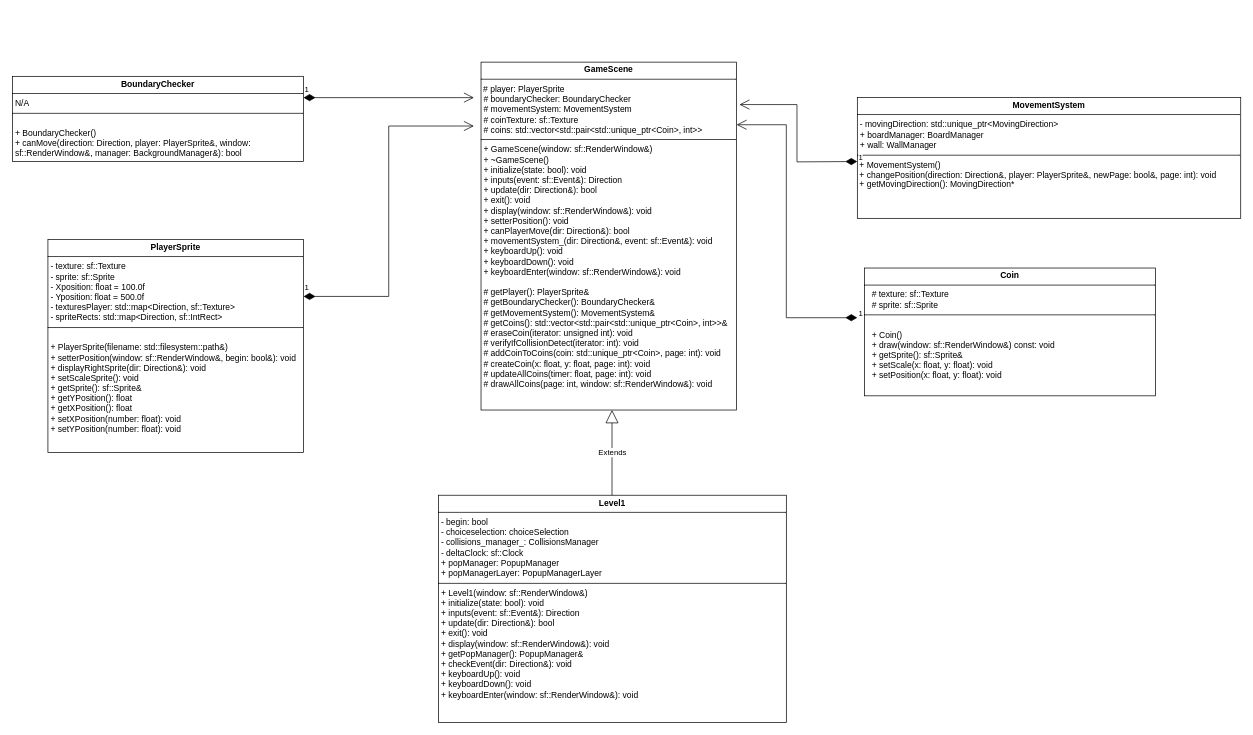
This is page "GameScene" (2 of 5) of Diagramme sans nom.drawio from Bird120/FlightToHFT, a draw.io file, before an edit. Source tidied: cells renumbered, new cells numbered last; positions are measured from the earlier drawing's top-left corner, leaving out a move shared by most shapes. Both pictures are drawn from the tidied source at 71%, with x=0, y=0 at pixel (12, 62).
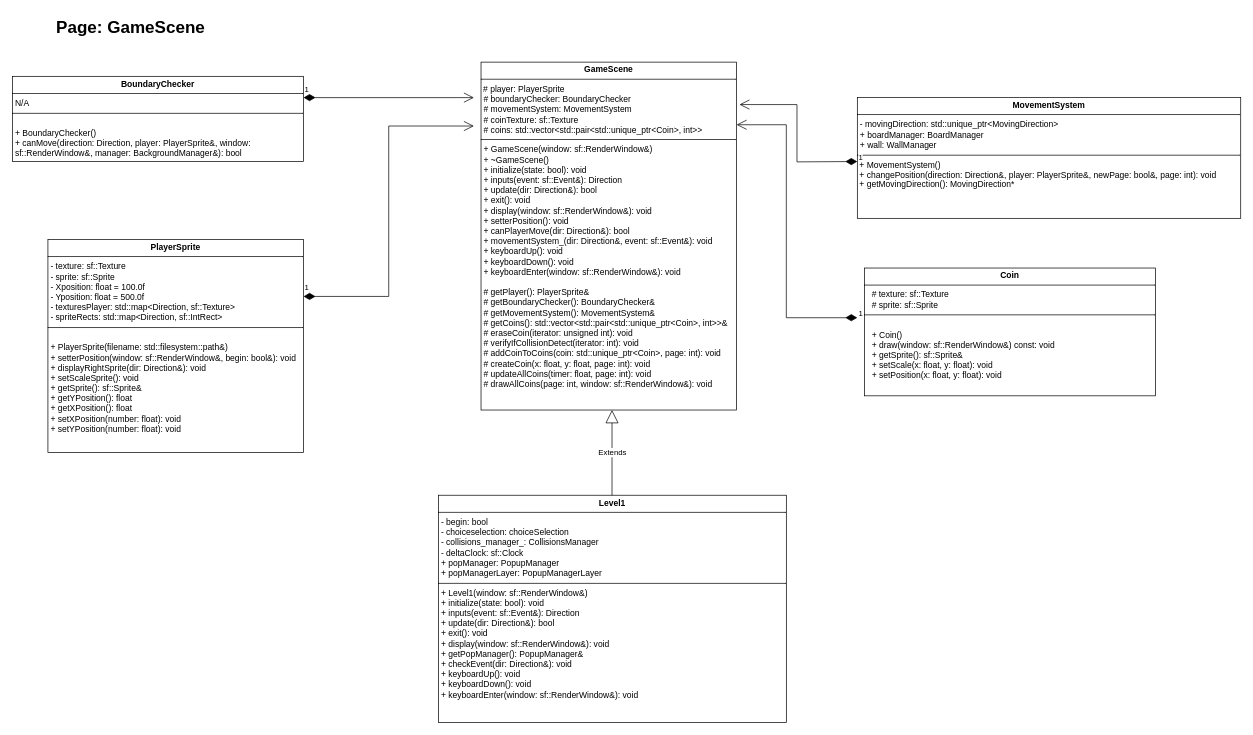
After the change.

What changed in the source:
```diff
@@
+    <mxCell id="15" value="&lt;b&gt;&lt;font style=&quot;font-size: 24px;&quot;&gt;Page: GameScene&lt;/font&gt;&lt;/b&gt;" style="text;whiteSpace=wrap;html=1;" parent="1" vertex="1">
+      <mxGeometry x="60" y="-70" width="230" height="40" as="geometry" />
+    </mxCell>
```
